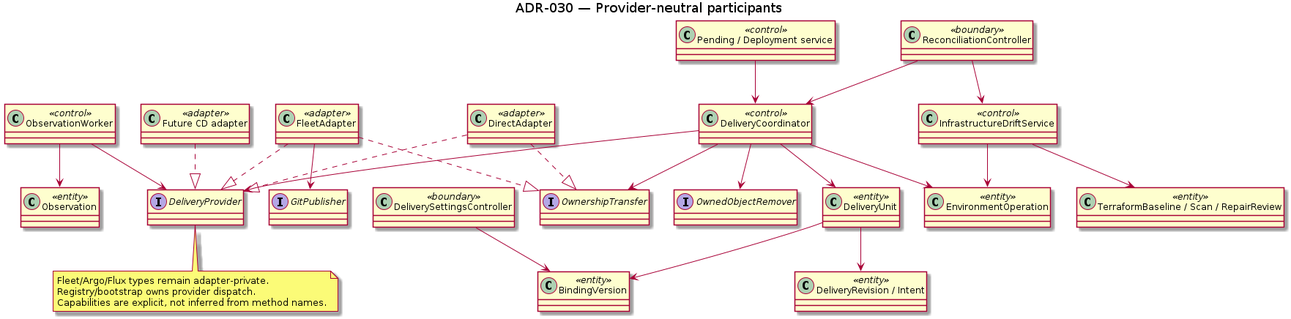
Before: orchestrator_docs/architecture/components/delivery-reconciliation-vopc.png, a diagram exported from PlantUML (pr3s3nt/poc). Its source is kept beside it as orchestrator_docs/architecture/components/delivery-reconciliation-vopc.puml. Source of this version:
```plantuml
@startuml
title ADR-030 — Provider-neutral participants
skinparam componentStyle rectangle
class "DeliverySettingsController" <<boundary>>
class "ReconciliationController" <<boundary>>
class "Pending / Deployment service" <<control>>
class "DeliveryCoordinator" <<control>>
class "ObservationWorker" <<control>>
class "InfrastructureDriftService" <<control>>
interface "DeliveryProvider" as Provider
interface "OwnershipTransfer" as Transfer
interface "GitPublisher" as Publisher
interface "OwnedObjectRemover" as Remover
class "DirectAdapter" <<adapter>>
class "FleetAdapter" <<adapter>>
class "Future CD adapter" <<adapter>>
class "BindingVersion" <<entity>>
class "DeliveryUnit" <<entity>>
class "DeliveryRevision / Intent" <<entity>>
class "Observation" <<entity>>
class "TerraformBaseline / Scan / RepairReview" <<entity>>
class "EnvironmentOperation" <<entity>>
"DeliverySettingsController" --> "BindingVersion"
"ReconciliationController" --> "DeliveryCoordinator"
"ReconciliationController" --> "InfrastructureDriftService"
"Pending / Deployment service" --> "DeliveryCoordinator"
"DeliveryCoordinator" --> Provider
"DeliveryCoordinator" --> Transfer
"DeliveryCoordinator" --> Remover
"DeliveryCoordinator" --> "EnvironmentOperation"
"DeliveryCoordinator" --> "DeliveryUnit"
"DeliveryUnit" --> "DeliveryRevision / Intent"
"DeliveryUnit" --> "BindingVersion"
"ObservationWorker" --> Provider
"ObservationWorker" --> "Observation"
"InfrastructureDriftService" --> "TerraformBaseline / Scan / RepairReview"
"InfrastructureDriftService" --> "EnvironmentOperation"
"DirectAdapter" ..|> Provider
"FleetAdapter" ..|> Provider
"Future CD adapter" ..|> Provider
"DirectAdapter" ..|> Transfer
"FleetAdapter" ..|> Transfer
"FleetAdapter" --> Publisher
note bottom of Provider
Fleet/Argo/Flux types remain adapter-private.
Registry/bootstrap owns provider dispatch.
Capabilities are explicit, not inferred from method names.
end note
@enduml
```
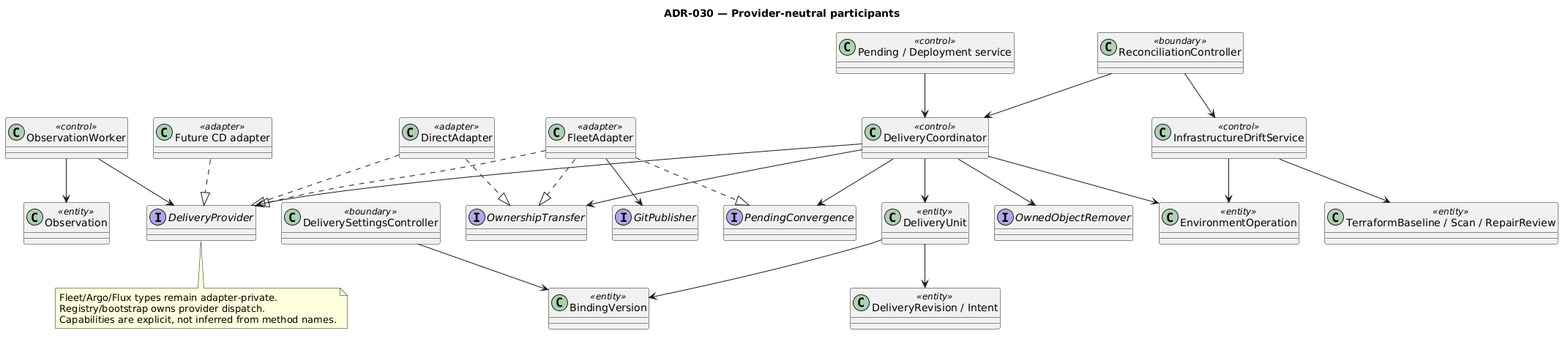
Later version of the same file.

What changed in the source:
```diff
@@ -9,6 +9,7 @@
 class "InfrastructureDriftService" <<control>>
 interface "DeliveryProvider" as Provider
 interface "OwnershipTransfer" as Transfer
+interface "PendingConvergence" as Converge
 interface "GitPublisher" as Publisher
 interface "OwnedObjectRemover" as Remover
 class "DirectAdapter" <<adapter>>
@@ -26,6 +27,7 @@
 "Pending / Deployment service" --> "DeliveryCoordinator"
 "DeliveryCoordinator" --> Provider
 "DeliveryCoordinator" --> Transfer
+"DeliveryCoordinator" --> Converge
 "DeliveryCoordinator" --> Remover
 "DeliveryCoordinator" --> "EnvironmentOperation"
 "DeliveryCoordinator" --> "DeliveryUnit"
@@ -40,6 +42,7 @@
 "Future CD adapter" ..|> Provider
 "DirectAdapter" ..|> Transfer
 "FleetAdapter" ..|> Transfer
+"FleetAdapter" ..|> Converge
 "FleetAdapter" --> Publisher
 note bottom of Provider
 Fleet/Argo/Flux types remain adapter-private.
```
